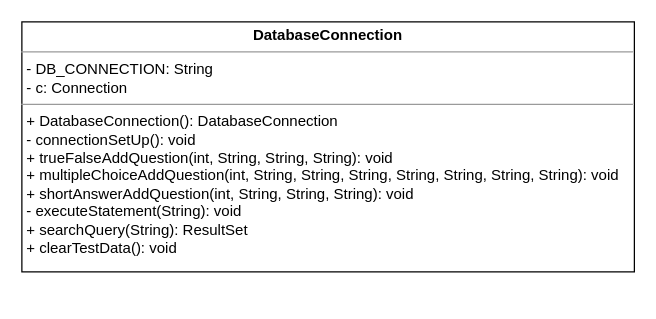
DamienRodriguez/CSCD350TeamProject keeps this draw.io diagram as TriviaDataBase/UML-Schema/DataBaseConnectionUML.drawio. Above is the earlier version. Source tidied: cells renumbered, new cells numbered last; positions are measured from the earlier drawing's top-left corner, leaving out a move shared by most shapes. Both pictures are drawn from the tidied source at 125%, with x=0, y=0 at pixel (21, 21).
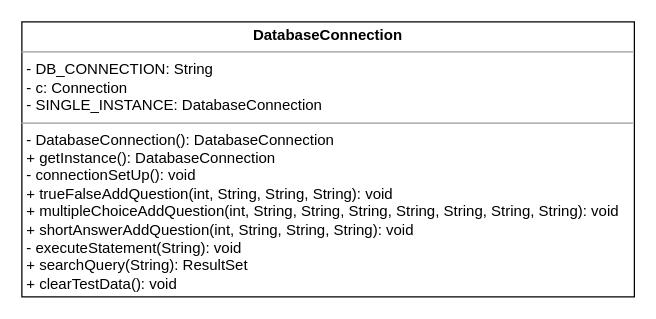
Above is the later version.

Commit message (it also covers changes not shown here):
UML updated for new pattern

What changed in the source:
```diff
@@
 <mxGraphModel>
   <root>
     <mxCell id="0" />
     <mxCell id="1" parent="0" />
-    <mxCell id="2" value="&lt;p style=&quot;margin: 0px ; margin-top: 4px ; text-align: center&quot;&gt;&lt;b&gt;DatabaseConnection&lt;/b&gt;&lt;/p&gt;&lt;hr size=&quot;1&quot;&gt;&lt;p style=&quot;margin: 0px ; margin-left: 4px&quot;&gt;- DB_CONNECTION: String&lt;br&gt;- c: Connection&lt;/p&gt;&lt;hr size=&quot;1&quot;&gt;&lt;p style=&quot;margin: 0px ; margin-left: 4px&quot;&gt;+ DatabaseConnection(): DatabaseConnection&lt;br&gt;- connectionSetUp(): void&lt;/p&gt;&lt;p style=&quot;margin: 0px ; margin-left: 4px&quot;&gt;+ trueFalseAddQuestion(int, String, String, String): void&lt;/p&gt;&lt;p style=&quot;margin: 0px ; margin-left: 4px&quot;&gt;+ multipleChoiceAddQuestion(int, String, String, String, String, String, String, String): void&lt;/p&gt;&lt;p style=&quot;margin: 0px ; margin-left: 4px&quot;&gt;+ shortAnswerAddQuestion(int, String, String, String): void&lt;/p&gt;&lt;p style=&quot;margin: 0px ; margin-left: 4px&quot;&gt;- executeStatement(String): void&lt;/p&gt;&lt;p style=&quot;margin: 0px ; margin-left: 4px&quot;&gt;+ searchQuery(String): ResultSet&lt;/p&gt;&lt;p style=&quot;margin: 0px ; margin-left: 4px&quot;&gt;+ clearTestData(): void&lt;br&gt;&lt;/p&gt;&lt;p style=&quot;margin: 0px ; margin-left: 4px&quot;&gt;&lt;br&gt;&lt;/p&gt;" style="verticalAlign=top;align=left;overflow=fill;fontSize=12;fontFamily=Helvetica;html=1;" parent="1" vertex="1">
-      <mxGeometry width="490" height="200" as="geometry" />
+    <mxCell id="2" value="&lt;p style=&quot;margin: 0px ; margin-top: 4px ; text-align: center&quot;&gt;&lt;b&gt;DatabaseConnection&lt;/b&gt;&lt;/p&gt;&lt;hr size=&quot;1&quot;&gt;&lt;p style=&quot;margin: 0px ; margin-left: 4px&quot;&gt;- DB_CONNECTION: String&lt;br&gt;- c: Connection&lt;/p&gt;&lt;p style=&quot;margin: 0px ; margin-left: 4px&quot;&gt;- SINGLE_INSTANCE: DatabaseConnection&lt;/p&gt;&lt;hr size=&quot;1&quot;&gt;&lt;p style=&quot;margin: 0px ; margin-left: 4px&quot;&gt;- DatabaseConnection(): DatabaseConnection&lt;/p&gt;&lt;p style=&quot;margin: 0px ; margin-left: 4px&quot;&gt;+ getInstance(): DatabaseConnection&lt;br&gt;- connectionSetUp(): void&lt;/p&gt;&lt;p style=&quot;margin: 0px ; margin-left: 4px&quot;&gt;+ trueFalseAddQuestion(int, String, String, String): void&lt;/p&gt;&lt;p style=&quot;margin: 0px ; margin-left: 4px&quot;&gt;+ multipleChoiceAddQuestion(int, String, String, String, String, String, String, String): void&lt;/p&gt;&lt;p style=&quot;margin: 0px ; margin-left: 4px&quot;&gt;+ shortAnswerAddQuestion(int, String, String, String): void&lt;/p&gt;&lt;p style=&quot;margin: 0px ; margin-left: 4px&quot;&gt;- executeStatement(String): void&lt;/p&gt;&lt;p style=&quot;margin: 0px ; margin-left: 4px&quot;&gt;+ searchQuery(String): ResultSet&lt;/p&gt;&lt;p style=&quot;margin: 0px ; margin-left: 4px&quot;&gt;+ clearTestData(): void&lt;br&gt;&lt;/p&gt;&lt;p style=&quot;margin: 0px ; margin-left: 4px&quot;&gt;&lt;br&gt;&lt;/p&gt;" style="verticalAlign=top;align=left;overflow=fill;fontSize=12;fontFamily=Helvetica;html=1;" parent="1" vertex="1">
+      <mxGeometry width="490" height="220" as="geometry" />
     </mxCell>
   </root>
 </mxGraphModel>
```
